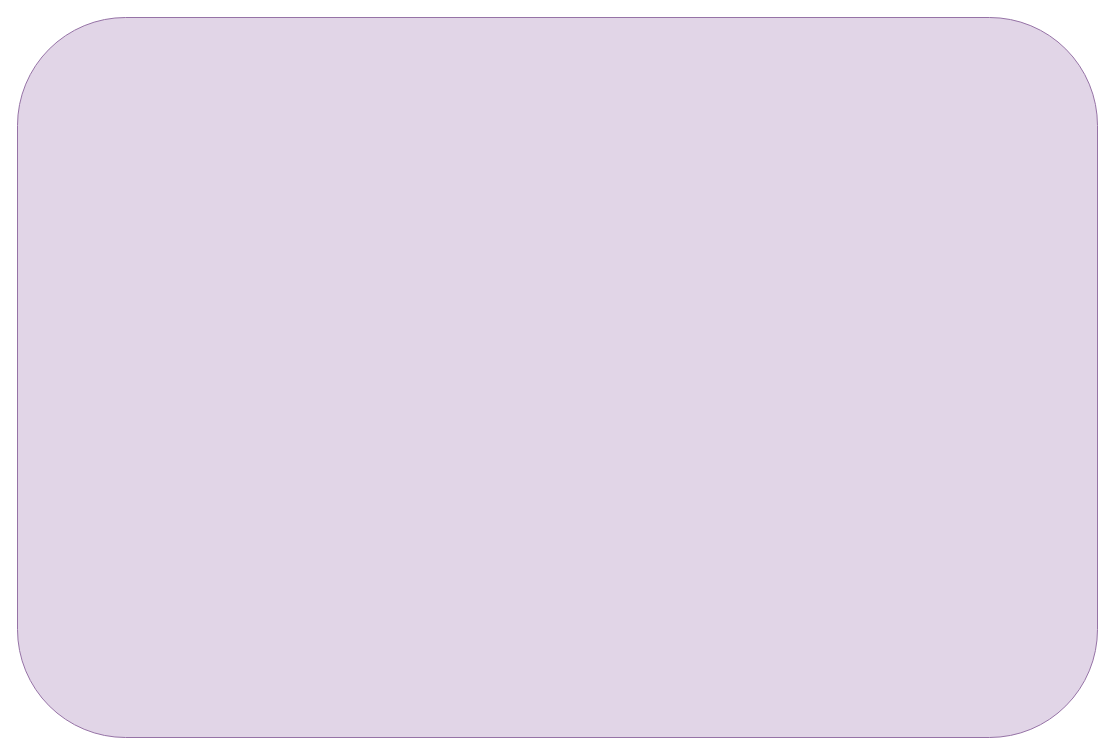
The draw.io diagram Untitled Diagram.drawio in Udayakiran-Sukumar/toolset-roadmap, before the edit. Source tidied: cells renumbered, new cells numbered last; positions are measured from the earlier drawing's top-left corner, leaving out a move shared by most shapes. Both pictures are drawn from the tidied source at 100%, with x=0, y=0 at pixel (17, 17). Pictures stored in the file or linked from it are replaced by grey dashed boxes.
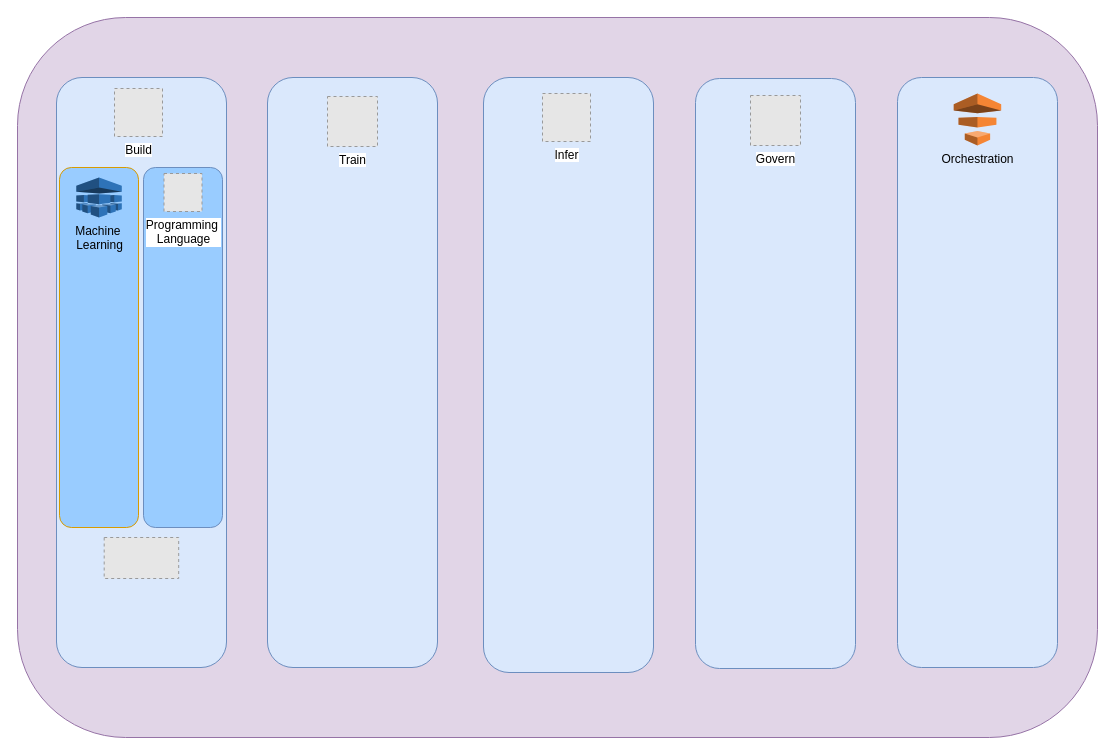
The same page after the edit.

Change to the diagram source:
```diff
@@
 <mxGraphModel>
   <root>
     <mxCell id="0" />
     <mxCell id="1" parent="0" />
     <mxCell id="2" style="rounded=1;whiteSpace=wrap;html=1;fillColor=#e1d5e7;strokeColor=#9673a6;" parent="1" vertex="1">
       <mxGeometry width="1080" height="720" as="geometry" />
     </mxCell>
+    <mxCell id="3" style="rounded=1;whiteSpace=wrap;html=1;fillColor=#dae8fc;strokeColor=#6C8EBF;" parent="1" vertex="1">
+      <mxGeometry x="39" y="60" width="170" height="590" as="geometry" />
+    </mxCell>
+    <mxCell id="4" style="rounded=1;whiteSpace=wrap;html=1;fillColor=#dae8fc;strokeColor=#6c8ebf;" parent="1" vertex="1">
+      <mxGeometry x="250" y="60" width="170" height="590" as="geometry" />
+    </mxCell>
+    <mxCell id="5" style="rounded=1;whiteSpace=wrap;html=1;fillColor=#dae8fc;strokeColor=#6c8ebf;" parent="1" vertex="1">
+      <mxGeometry x="466" y="60" width="170" height="595" as="geometry" />
+    </mxCell>
+    <mxCell id="6" style="rounded=1;whiteSpace=wrap;html=1;fillColor=#dae8fc;strokeColor=#6c8ebf;" parent="1" vertex="1">
+      <mxGeometry x="678" y="61" width="160" height="590" as="geometry" />
+    </mxCell>
+    <mxCell id="7" value="Build" style="fillColor=#E6E6E6;strokeColor=#999999;dashed=1;html=1;verticalAlign=top;verticalLabelPosition=bottom;labelBackgroundColor=#ffffff;" parent="1" vertex="1">
+      <mxGeometry x="97" y="71" width="48" height="48" as="geometry" />
+    </mxCell>
+    <mxCell id="8" value="Train" style="fillColor=#E6E6E6;strokeColor=#999999;dashed=1;html=1;verticalAlign=top;verticalLabelPosition=bottom;labelBackgroundColor=#ffffff;" parent="1" vertex="1">
+      <mxGeometry x="310" y="79" width="50" height="50" as="geometry" />
+    </mxCell>
+    <mxCell id="9" value="Infer" style="fillColor=#E6E6E6;strokeColor=#999999;dashed=1;html=1;verticalAlign=top;verticalLabelPosition=bottom;labelBackgroundColor=#ffffff;" parent="1" vertex="1">
+      <mxGeometry x="525" y="76" width="48" height="48" as="geometry" />
+    </mxCell>
+    <mxCell id="10" value="Govern" style="fillColor=#E6E6E6;strokeColor=#999999;dashed=1;html=1;verticalAlign=top;verticalLabelPosition=bottom;labelBackgroundColor=#ffffff;" parent="1" vertex="1">
+      <mxGeometry x="733" y="78" width="50" height="50" as="geometry" />
+    </mxCell>
+    <mxCell id="11" style="rounded=1;whiteSpace=wrap;html=1;fillColor=#dae8fc;strokeColor=#6c8ebf;" parent="1" vertex="1">
+      <mxGeometry x="880" y="60" width="160" height="590" as="geometry" />
+    </mxCell>
+    <mxCell id="12" value="Orchestration" style="dashed=0;verticalLabelPosition=bottom;verticalAlign=top;align=center;html=1;shape=mxgraph.aws3.data_pipeline;fillColor=#F58534;gradientColor=none;strokeColor=#6C8EBF;" parent="1" vertex="1">
+      <mxGeometry x="936.2" y="76" width="47.5" height="52" as="geometry" />
+    </mxCell>
+    <mxCell id="13" style="rounded=1;whiteSpace=wrap;html=1;fillColor=#99CCFF;strokeColor=#6C8EBF;" parent="1" vertex="1">
+      <mxGeometry x="126" y="150" width="79" height="360" as="geometry" />
+    </mxCell>
+    <mxCell id="14" style="rounded=1;whiteSpace=wrap;html=1;fillColor=#99CCFF;strokeColor=#d79b00;" parent="1" vertex="1">
+      <mxGeometry x="42" y="150" width="79" height="360" as="geometry" />
+    </mxCell>
+    <mxCell id="15" value="Programming&amp;nbsp;&lt;br&gt;Language" style="fillColor=#E6E6E6;strokeColor=#999999;dashed=1;html=1;verticalAlign=top;verticalLabelPosition=bottom;labelBackgroundColor=#ffffff;" parent="1" vertex="1">
+      <mxGeometry x="146.5" y="156" width="38" height="38" as="geometry" />
+    </mxCell>
+    <mxCell id="16" value="Machine&amp;nbsp;&lt;br&gt;Learning" style="dashed=0;verticalLabelPosition=bottom;verticalAlign=top;align=center;html=1;shape=mxgraph.aws3.machine_learning;fillColor=#2E73B8;gradientColor=none;strokeColor=#6C8EBF;" parent="1" vertex="1">
+      <mxGeometry x="58.8" y="160" width="45.5" height="40" as="geometry" />
+    </mxCell>
+    <mxCell id="17" style="fillColor=#E6E6E6;strokeColor=#999999;dashed=1;verticalLabelPosition=bottom;labelBackgroundColor=#ffffff;verticalAlign=top;" parent="1" vertex="1">
+      <mxGeometry x="86.7" y="520" width="74.5" height="41" as="geometry" />
+    </mxCell>
   </root>
 </mxGraphModel>
```
